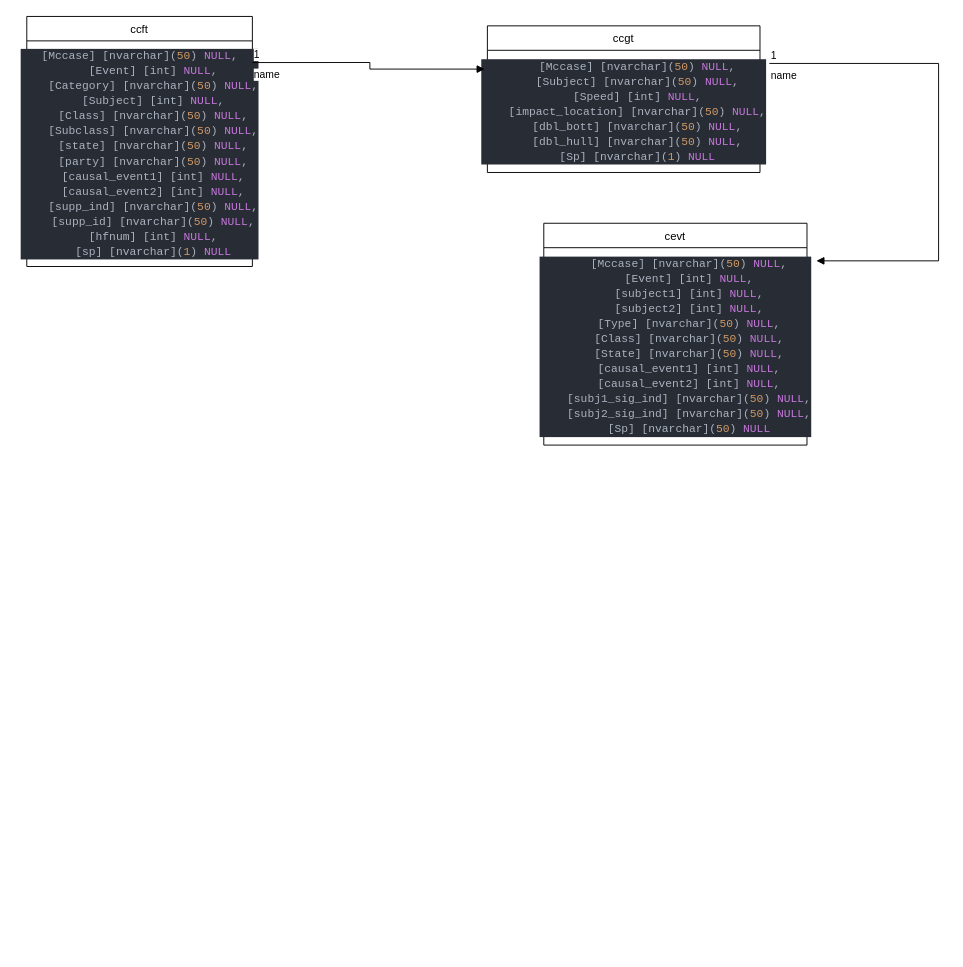
Before: page "Page-2" (2 of 2) of Bermuda Triangle Project Datamodel.drawio in neerajkumardnk/bermudaTriangleDNK, a draw.io diagram. Source tidied: cells renumbered, new cells numbered last; positions are measured from the earlier drawing's top-left corner, leaving out a move shared by most shapes. Both pictures are drawn from the tidied source at 94%, with x=0, y=0 at pixel (26, 16).
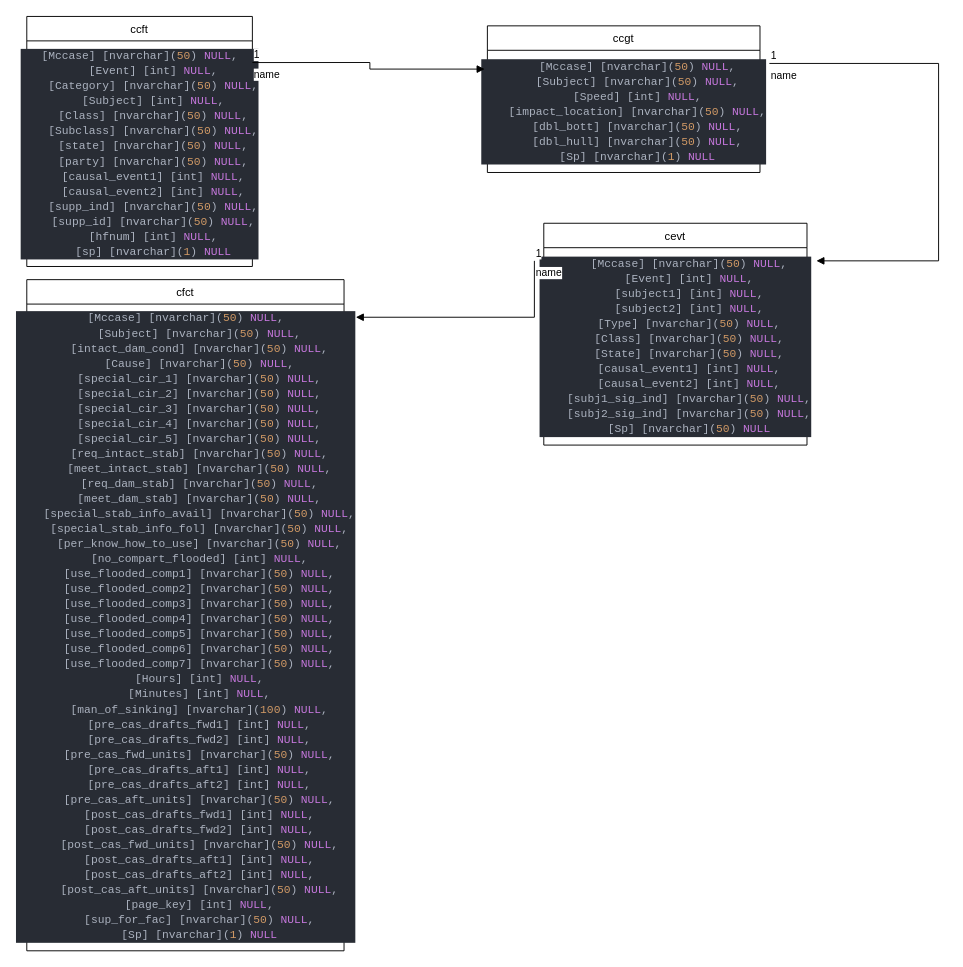
The same page after the edit.

What changed in the source:
```diff
@@
+    <mxCell id="12" value="cfct" style="swimlane;fontStyle=0;horizontal=1;startSize=26;fillColor=none;" parent="1" vertex="1">
+      <mxGeometry y="280" width="337.5" height="714" as="geometry" />
+    </mxCell>
+    <mxCell id="13" value="&lt;div style=&quot;color: rgb(171, 178, 191); background-color: rgb(40, 44, 52); font-family: Consolas, &amp;quot;Courier New&amp;quot;, monospace; line-height: 16px;&quot;&gt;&lt;div style=&quot;line-height: 16px;&quot;&gt;&lt;div style=&quot;line-height: 16px;&quot;&gt;&lt;div&gt;[Mccase] [nvarchar](&lt;span style=&quot;color: #d19a66;&quot;&gt;50&lt;/span&gt;) &lt;span style=&quot;color: #c678dd;&quot;&gt;NULL&lt;/span&gt;,&lt;/div&gt;&lt;div&gt;&amp;nbsp; &amp;nbsp; [Subject] [nvarchar](&lt;span style=&quot;color: #d19a66;&quot;&gt;50&lt;/span&gt;) &lt;span style=&quot;color: #c678dd;&quot;&gt;NULL&lt;/span&gt;,&lt;/div&gt;&lt;div&gt;&amp;nbsp; &amp;nbsp; [intact_dam_cond] [nvarchar](&lt;span style=&quot;color: #d19a66;&quot;&gt;50&lt;/span&gt;) &lt;span style=&quot;color: #c678dd;&quot;&gt;NULL&lt;/span&gt;,&lt;/div&gt;&lt;div&gt;&amp;nbsp; &amp;nbsp; [Cause] [nvarchar](&lt;span style=&quot;color: #d19a66;&quot;&gt;50&lt;/span&gt;) &lt;span style=&quot;color: #c678dd;&quot;&gt;NULL&lt;/span&gt;,&lt;/div&gt;&lt;div&gt;&amp;nbsp; &amp;nbsp; [special_cir_1] [nvarchar](&lt;span style=&quot;color: #d19a66;&quot;&gt;50&lt;/span&gt;) &lt;span style=&quot;color: #c678dd;&quot;&gt;NULL&lt;/span&gt;,&lt;/div&gt;&lt;div&gt;&amp;nbsp; &amp;nbsp; [special_cir_2] [nvarchar](&lt;span style=&quot;color: #d19a66;&quot;&gt;50&lt;/span&gt;) &lt;span style=&quot;color: #c678dd;&quot;&gt;NULL&lt;/span&gt;,&lt;/div&gt;&lt;div&gt;&amp;nbsp; &amp;nbsp; [special_cir_3] [nvarchar](&lt;span style=&quot;color: #d19a66;&quot;&gt;50&lt;/span&gt;) &lt;span style=&quot;color: #c678dd;&quot;&gt;NULL&lt;/span&gt;,&lt;/div&gt;&lt;div&gt;&amp;nbsp; &amp;nbsp; [special_cir_4] [nvarchar](&lt;span style=&quot;color: #d19a66;&quot;&gt;50&lt;/span&gt;) &lt;span style=&quot;color: #c678dd;&quot;&gt;NULL&lt;/span&gt;,&lt;/div&gt;&lt;div&gt;&amp;nbsp; &amp;nbsp; [special_cir_5] [nvarchar](&lt;span style=&quot;color: #d19a66;&quot;&gt;50&lt;/span&gt;) &lt;span style=&quot;color: #c678dd;&quot;&gt;NULL&lt;/span&gt;,&lt;/div&gt;&lt;div&gt;&amp;nbsp; &amp;nbsp; [req_intact_stab] [nvarchar](&lt;span style=&quot;color: #d19a66;&quot;&gt;50&lt;/span&gt;) &lt;span style=&quot;color: #c678dd;&quot;&gt;NULL&lt;/span&gt;,&lt;/div&gt;&lt;div&gt;&amp;nbsp; &amp;nbsp; [meet_intact_stab] [nvarchar](&lt;span style=&quot;color: #d19a66;&quot;&gt;50&lt;/span&gt;) &lt;span style=&quot;color: #c678dd;&quot;&gt;NULL&lt;/span&gt;,&lt;/div&gt;&lt;div&gt;&amp;nbsp; &amp;nbsp; [req_dam_stab] [nvarchar](&lt;span style=&quot;color: #d19a66;&quot;&gt;50&lt;/span&gt;) &lt;span style=&quot;color: #c678dd;&quot;&gt;NULL&lt;/span&gt;,&lt;/div&gt;&lt;div&gt;&amp;nbsp; &amp;nbsp; [meet_dam_stab] [nvarchar](&lt;span style=&quot;color: #d19a66;&quot;&gt;50&lt;/span&gt;) &lt;span style=&quot;color: #c678dd;&quot;&gt;NULL&lt;/span&gt;,&lt;/div&gt;&lt;div&gt;&amp;nbsp; &amp;nbsp; [special_stab_info_avail] [nvarchar](&lt;span style=&quot;color: #d19a66;&quot;&gt;50&lt;/span&gt;) &lt;span style=&quot;color: #c678dd;&quot;&gt;NULL&lt;/span&gt;,&lt;/div&gt;&lt;div&gt;&amp;nbsp; &amp;nbsp; [special_stab_info_fol] [nvarchar](&lt;span style=&quot;color: #d19a66;&quot;&gt;50&lt;/span&gt;) &lt;span style=&quot;color: #c678dd;&quot;&gt;NULL&lt;/span&gt;,&lt;/div&gt;&lt;div&gt;&amp;nbsp; &amp;nbsp; [per_know_how_to_use] [nvarchar](&lt;span style=&quot;color: #d19a66;&quot;&gt;50&lt;/span&gt;) &lt;span style=&quot;color: #c678dd;&quot;&gt;NULL&lt;/span&gt;,&lt;/div&gt;&lt;div&gt;&amp;nbsp; &amp;nbsp; [no_compart_flooded] [int] &lt;span style=&quot;color: #c678dd;&quot;&gt;NULL&lt;/span&gt;,&lt;/div&gt;&lt;div&gt;&amp;nbsp; &amp;nbsp; [use_flooded_comp1] [nvarchar](&lt;span style=&quot;color: #d19a66;&quot;&gt;50&lt;/span&gt;) &lt;span style=&quot;color: #c678dd;&quot;&gt;NULL&lt;/span&gt;,&lt;/div&gt;&lt;div&gt;&amp;nbsp; &amp;nbsp; [use_flooded_comp2] [nvarchar](&lt;span style=&quot;color: #d19a66;&quot;&gt;50&lt;/span&gt;) &lt;span style=&quot;color: #c678dd;&quot;&gt;NULL&lt;/span&gt;,&lt;/div&gt;&lt;div&gt;&amp;nbsp; &amp;nbsp; [use_flooded_comp3] [nvarchar](&lt;span style=&quot;color: #d19a66;&quot;&gt;50&lt;/span&gt;) &lt;span style=&quot;color: #c678dd;&quot;&gt;NULL&lt;/span&gt;,&lt;/div&gt;&lt;div&gt;&amp;nbsp; &amp;nbsp; [use_flooded_comp4] [nvarchar](&lt;span style=&quot;color: #d19a66;&quot;&gt;50&lt;/span&gt;) &lt;span style=&quot;color: #c678dd;&quot;&gt;NULL&lt;/span&gt;,&lt;/div&gt;&lt;div&gt;&amp;nbsp; &amp;nbsp; [use_flooded_comp5] [nvarchar](&lt;span style=&quot;color: #d19a66;&quot;&gt;50&lt;/span&gt;) &lt;span style=&quot;color: #c678dd;&quot;&gt;NULL&lt;/span&gt;,&lt;/div&gt;&lt;div&gt;&amp;nbsp; &amp;nbsp; [use_flooded_comp6] [nvarchar](&lt;span style=&quot;color: #d19a66;&quot;&gt;50&lt;/span&gt;) &lt;span style=&quot;color: #c678dd;&quot;&gt;NULL&lt;/span&gt;,&lt;/div&gt;&lt;div&gt;&amp;nbsp; &amp;nbsp; [use_flooded_comp7] [nvarchar](&lt;span style=&quot;color: #d19a66;&quot;&gt;50&lt;/span&gt;) &lt;span style=&quot;color: #c678dd;&quot;&gt;NULL&lt;/span&gt;,&lt;/div&gt;&lt;div&gt;&amp;nbsp; &amp;nbsp; [Hours] [int] &lt;span style=&quot;color: #c678dd;&quot;&gt;NULL&lt;/span&gt;,&lt;/div&gt;&lt;div&gt;&amp;nbsp; &amp;nbsp; [Minutes] [int] &lt;span style=&quot;color: #c678dd;&quot;&gt;NULL&lt;/span&gt;,&lt;/div&gt;&lt;div&gt;&amp;nbsp; &amp;nbsp; [man_of_sinking] [nvarchar](&lt;span style=&quot;color: #d19a66;&quot;&gt;100&lt;/span&gt;) &lt;span style=&quot;color: #c678dd;&quot;&gt;NULL&lt;/span&gt;,&lt;/div&gt;&lt;div&gt;&amp;nbsp; &amp;nbsp; [pre_cas_drafts_fwd1] [int] &lt;span style=&quot;color: #c678dd;&quot;&gt;NULL&lt;/span&gt;,&lt;/div&gt;&lt;div&gt;&amp;nbsp; &amp;nbsp; [pre_cas_drafts_fwd2] [int] &lt;span style=&quot;color: #c678dd;&quot;&gt;NULL&lt;/span&gt;,&lt;/div&gt;&lt;div&gt;&amp;nbsp; &amp;nbsp; [pre_cas_fwd_units] [nvarchar](&lt;span style=&quot;color: #d19a66;&quot;&gt;50&lt;/span&gt;) &lt;span style=&quot;color: #c678dd;&quot;&gt;NULL&lt;/span&gt;,&lt;/div&gt;&lt;div&gt;&amp;nbsp; &amp;nbsp; [pre_cas_drafts_aft1] [int] &lt;span style=&quot;color: #c678dd;&quot;&gt;NULL&lt;/span&gt;,&lt;/div&gt;&lt;div&gt;&amp;nbsp; &amp;nbsp; [pre_cas_drafts_aft2] [int] &lt;span style=&quot;color: #c678dd;&quot;&gt;NULL&lt;/span&gt;,&lt;/div&gt;&lt;div&gt;&amp;nbsp; &amp;nbsp; [pre_cas_aft_units] [nvarchar](&lt;span style=&quot;color: #d19a66;&quot;&gt;50&lt;/span&gt;) &lt;span style=&quot;color: #c678dd;&quot;&gt;NULL&lt;/span&gt;,&lt;/div&gt;&lt;div&gt;&amp;nbsp; &amp;nbsp; [post_cas_drafts_fwd1] [int] &lt;span style=&quot;color: #c678dd;&quot;&gt;NULL&lt;/span&gt;,&lt;/div&gt;&lt;div&gt;&amp;nbsp; &amp;nbsp; [post_cas_drafts_fwd2] [int] &lt;span style=&quot;color: #c678dd;&quot;&gt;NULL&lt;/span&gt;,&lt;/div&gt;&lt;div&gt;&amp;nbsp; &amp;nbsp; [post_cas_fwd_units] [nvarchar](&lt;span style=&quot;color: #d19a66;&quot;&gt;50&lt;/span&gt;) &lt;span style=&quot;color: #c678dd;&quot;&gt;NULL&lt;/span&gt;,&lt;/div&gt;&lt;div&gt;&amp;nbsp; &amp;nbsp; [post_cas_drafts_aft1] [int] &lt;span style=&quot;color: #c678dd;&quot;&gt;NULL&lt;/span&gt;,&lt;/div&gt;&lt;div&gt;&amp;nbsp; &amp;nbsp; [post_cas_drafts_aft2] [int] &lt;span style=&quot;color: #c678dd;&quot;&gt;NULL&lt;/span&gt;,&lt;/div&gt;&lt;div&gt;&amp;nbsp; &amp;nbsp; [post_cas_aft_units] [nvarchar](&lt;span style=&quot;color: #d19a66;&quot;&gt;50&lt;/span&gt;) &lt;span style=&quot;color: #c678dd;&quot;&gt;NULL&lt;/span&gt;,&lt;/div&gt;&lt;div&gt;&amp;nbsp; &amp;nbsp; [page_key] [int] &lt;span style=&quot;color: #c678dd;&quot;&gt;NULL&lt;/span&gt;,&lt;/div&gt;&lt;div&gt;&amp;nbsp; &amp;nbsp; [sup_for_fac] [nvarchar](&lt;span style=&quot;color: #d19a66;&quot;&gt;50&lt;/span&gt;) &lt;span style=&quot;color: #c678dd;&quot;&gt;NULL&lt;/span&gt;,&lt;/div&gt;&lt;div&gt;&amp;nbsp; &amp;nbsp; [Sp] [nvarchar](&lt;span style=&quot;color: #d19a66;&quot;&gt;1&lt;/span&gt;) &lt;span style=&quot;color: #c678dd;&quot;&gt;NULL&lt;/span&gt;&lt;/div&gt;&lt;/div&gt;&lt;/div&gt;&lt;/div&gt;" style="text;html=1;align=center;verticalAlign=middle;strokeColor=none;fillColor=none;" parent="1" vertex="1">
+      <mxGeometry x="11.2" y="304" width="315" height="690" as="geometry" />
+    </mxCell>
+    <mxCell id="14" value="name" style="endArrow=block;endFill=1;html=1;edgeStyle=orthogonalEdgeStyle;align=left;verticalAlign=top;rounded=0;" parent="1" edge="1">
+      <mxGeometry x="-1" relative="1" as="geometry">
+        <mxPoint x="540" y="260" as="sourcePoint" />
+        <mxPoint x="350" y="320" as="targetPoint" />
+        <Array as="points">
+          <mxPoint x="540" y="320" />
+        </Array>
+      </mxGeometry>
+    </mxCell>
+    <mxCell id="15" value="1" style="edgeLabel;html=1;align=left;verticalAlign=bottom;" parent="14" vertex="1">
+      <mxGeometry x="-1" relative="1" as="geometry" />
+    </mxCell>
```
